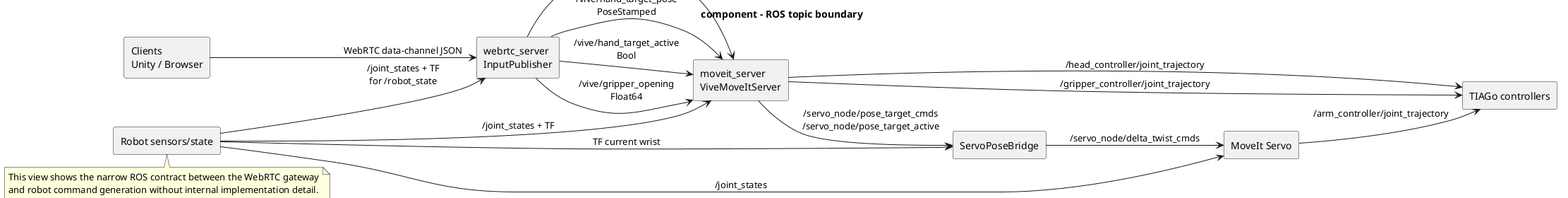
Earlier version of the PlantUML export docs/architecture/component/ros-topic-boundary.png (ichores-research/vive_teleop).
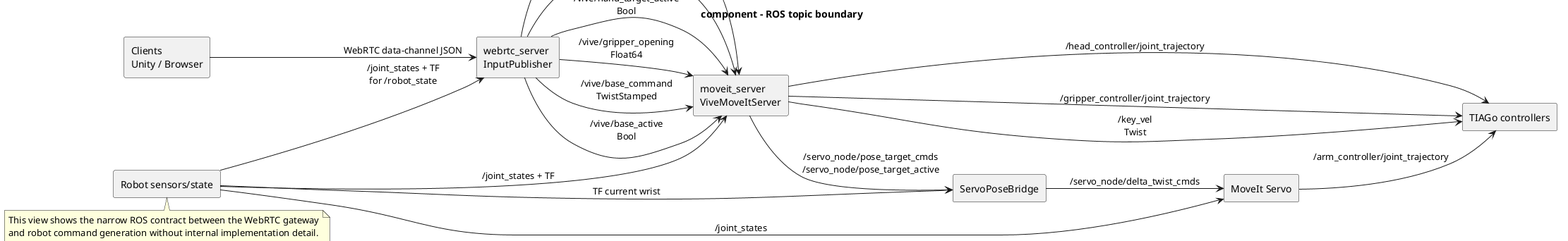
Later version of the same file.

Diff of the diagram source:
```diff
@@ -27,9 +27,12 @@
 InputPublisher --> Teleop : /vive/hand_target_pose\nPoseStamped
 InputPublisher --> Teleop : /vive/hand_target_active\nBool
 InputPublisher --> Teleop : /vive/gripper_opening\nFloat64
+InputPublisher --> Teleop : /vive/base_command\nTwistStamped
+InputPublisher --> Teleop : /vive/base_active\nBool
 
 Teleop --> Controllers : /head_controller/joint_trajectory
 Teleop --> Controllers : /gripper_controller/joint_trajectory
+Teleop --> Controllers : /key_vel\nTwist
 Teleop --> Bridge : /servo_node/pose_target_cmds\n/servo_node/pose_target_active
 Bridge --> Servo : /servo_node/delta_twist_cmds
 Servo --> Controllers : /arm_controller/joint_trajectory
```
